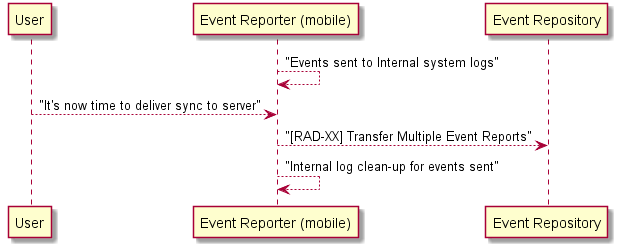
This is mobile-push.png from rjhorn-agfa/SOLE, a PlantUML export, as it was before one commit.
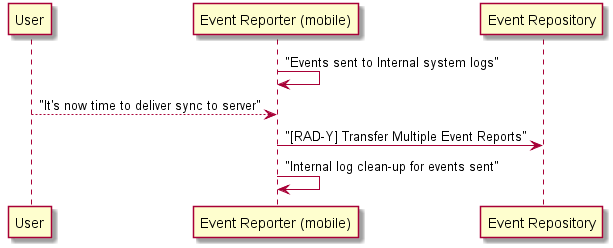
After the commit.

Diff of the diagram source:
```diff
@@ -1,9 +1,9 @@
 @startuml
 participant User
 
-"Event Reporter (mobile)" --> "Event Reporter (mobile)" : "Events sent to Internal system logs"
+"Event Reporter (mobile)" -> "Event Reporter (mobile)" : "Events sent to Internal system logs"
 "User" --> "Event Reporter (mobile)" : "It's now time to deliver sync to server"
-"Event Reporter (mobile)" --> "Event Repository" : "[RAD-XX] Transfer Multiple Event Reports"
-"Event Reporter (mobile)" --> "Event Reporter (mobile)" : "Internal log clean-up for events sent"
+"Event Reporter (mobile)" -> "Event Repository" : "[RAD-Y] Transfer Multiple Event Reports"
+"Event Reporter (mobile)" -> "Event Reporter (mobile)" : "Internal log clean-up for events sent"
 
 @enduml
```
